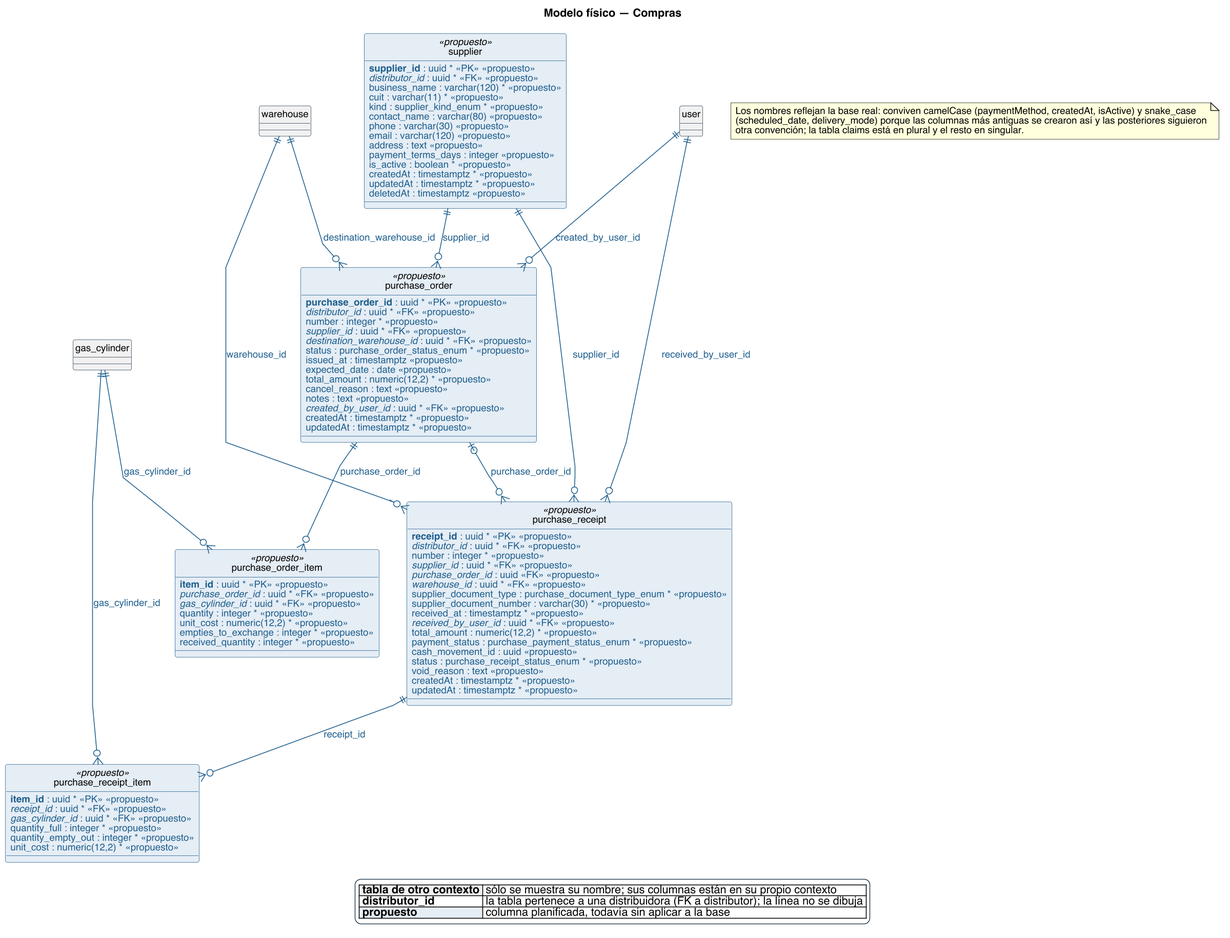
Nahuelito-Dev/splg-docs keeps this PlantUML diagram as diagramas/base-de-datos/fisico/SPLG-fisico-12-compras.png. Above is the earlier version. Its diagram source:
```plantuml
@startuml
title Modelo físico — Compras
skinparam backgroundColor #FFFFFF
skinparam shadowing false
skinparam defaultFontName Helvetica
skinparam defaultFontSize 12
skinparam dpi 150
skinparam class {
  BorderColor #2C4257
  BackgroundColor #FFFFFF
  ArrowColor #2C4257
  FontSize 12
}
skinparam entity<<ajena>> {
  BackgroundColor #F1F1F1
  BorderColor #8A97A3
  FontColor #55616C
}
skinparam class<<propuesto>> {
  BorderColor #1F5E8C
  BackgroundColor #E4EDF4
}
skinparam entity<<propuesto>> {
  BorderColor #1F5E8C
  BackgroundColor #E4EDF4
}
skinparam legendBackgroundColor #FFFFFF
skinparam legendBorderColor #2C4257

hide circle
skinparam linetype polyline

entity "supplier" as e_supplier <<propuesto>> {
  {field} <color:#1F5E8C>**supplier_id** : uuid * <<PK>> <<propuesto>></color>
  {field} <color:#1F5E8C>//distributor_id// : uuid * <<FK>> <<propuesto>></color>
  {field} <color:#1F5E8C>business_name : varchar(120) * <<propuesto>></color>
  {field} <color:#1F5E8C>cuit : varchar(11) * <<propuesto>></color>
  {field} <color:#1F5E8C>kind : supplier_kind_enum * <<propuesto>></color>
  {field} <color:#1F5E8C>contact_name : varchar(80) <<propuesto>></color>
  {field} <color:#1F5E8C>phone : varchar(30) <<propuesto>></color>
  {field} <color:#1F5E8C>email : varchar(120) <<propuesto>></color>
  {field} <color:#1F5E8C>address : text <<propuesto>></color>
  {field} <color:#1F5E8C>payment_terms_days : integer <<propuesto>></color>
  {field} <color:#1F5E8C>is_active : boolean * <<propuesto>></color>
  {field} <color:#1F5E8C>createdAt : timestamptz * <<propuesto>></color>
  {field} <color:#1F5E8C>updatedAt : timestamptz * <<propuesto>></color>
  {field} <color:#1F5E8C>deletedAt : timestamptz <<propuesto>></color>
}
entity "purchase_order" as e_purchase_order <<propuesto>> {
  {field} <color:#1F5E8C>**purchase_order_id** : uuid * <<PK>> <<propuesto>></color>
  {field} <color:#1F5E8C>//distributor_id// : uuid * <<FK>> <<propuesto>></color>
  {field} <color:#1F5E8C>number : integer * <<propuesto>></color>
  {field} <color:#1F5E8C>//supplier_id// : uuid * <<FK>> <<propuesto>></color>
  {field} <color:#1F5E8C>//destination_warehouse_id// : uuid * <<FK>> <<propuesto>></color>
  {field} <color:#1F5E8C>status : purchase_order_status_enum * <<propuesto>></color>
  {field} <color:#1F5E8C>issued_at : timestamptz <<propuesto>></color>
  {field} <color:#1F5E8C>expected_date : date <<propuesto>></color>
  {field} <color:#1F5E8C>total_amount : numeric(12,2) * <<propuesto>></color>
  {field} <color:#1F5E8C>cancel_reason : text <<propuesto>></color>
  {field} <color:#1F5E8C>notes : text <<propuesto>></color>
  {field} <color:#1F5E8C>//created_by_user_id// : uuid * <<FK>> <<propuesto>></color>
  {field} <color:#1F5E8C>createdAt : timestamptz * <<propuesto>></color>
  {field} <color:#1F5E8C>updatedAt : timestamptz * <<propuesto>></color>
}
entity "purchase_order_item" as e_purchase_order_item <<propuesto>> {
  {field} <color:#1F5E8C>**item_id** : uuid * <<PK>> <<propuesto>></color>
  {field} <color:#1F5E8C>//purchase_order_id// : uuid * <<FK>> <<propuesto>></color>
  {field} <color:#1F5E8C>//gas_cylinder_id// : uuid * <<FK>> <<propuesto>></color>
  {field} <color:#1F5E8C>quantity : integer * <<propuesto>></color>
  {field} <color:#1F5E8C>unit_cost : numeric(12,2) * <<propuesto>></color>
  {field} <color:#1F5E8C>empties_to_exchange : integer * <<propuesto>></color>
  {field} <color:#1F5E8C>received_quantity : integer * <<propuesto>></color>
}
entity "purchase_receipt" as e_purchase_receipt <<propuesto>> {
  {field} <color:#1F5E8C>**receipt_id** : uuid * <<PK>> <<propuesto>></color>
  {field} <color:#1F5E8C>//distributor_id// : uuid * <<FK>> <<propuesto>></color>
  {field} <color:#1F5E8C>number : integer * <<propuesto>></color>
  {field} <color:#1F5E8C>//supplier_id// : uuid * <<FK>> <<propuesto>></color>
  {field} <color:#1F5E8C>//purchase_order_id// : uuid <<FK>> <<propuesto>></color>
  {field} <color:#1F5E8C>//warehouse_id// : uuid * <<FK>> <<propuesto>></color>
  {field} <color:#1F5E8C>supplier_document_type : purchase_document_type_enum * <<propuesto>></color>
  {field} <color:#1F5E8C>supplier_document_number : varchar(30) * <<propuesto>></color>
  {field} <color:#1F5E8C>received_at : timestamptz * <<propuesto>></color>
  {field} <color:#1F5E8C>//received_by_user_id// : uuid * <<FK>> <<propuesto>></color>
  {field} <color:#1F5E8C>total_amount : numeric(12,2) * <<propuesto>></color>
  {field} <color:#1F5E8C>payment_status : purchase_payment_status_enum * <<propuesto>></color>
  {field} <color:#1F5E8C>cash_movement_id : uuid <<propuesto>></color>
  {field} <color:#1F5E8C>status : purchase_receipt_status_enum * <<propuesto>></color>
  {field} <color:#1F5E8C>void_reason : text <<propuesto>></color>
  {field} <color:#1F5E8C>createdAt : timestamptz * <<propuesto>></color>
  {field} <color:#1F5E8C>updatedAt : timestamptz * <<propuesto>></color>
}
entity "purchase_receipt_item" as e_purchase_receipt_item <<propuesto>> {
  {field} <color:#1F5E8C>**item_id** : uuid * <<PK>> <<propuesto>></color>
  {field} <color:#1F5E8C>//receipt_id// : uuid * <<FK>> <<propuesto>></color>
  {field} <color:#1F5E8C>//gas_cylinder_id// : uuid * <<FK>> <<propuesto>></color>
  {field} <color:#1F5E8C>quantity_full : integer * <<propuesto>></color>
  {field} <color:#1F5E8C>quantity_empty_out : integer * <<propuesto>></color>
  {field} <color:#1F5E8C>unit_cost : numeric(12,2) * <<propuesto>></color>
}
entity "warehouse" as e_warehouse #F1F1F1 {
}
entity "user" as e_user #F1F1F1 {
}
entity "gas_cylinder" as e_gas_cylinder #F1F1F1 {
}

e_supplier ||--o{ e_purchase_order #line:1F5E8C;text:1F5E8C : supplier_id
e_warehouse ||--o{ e_purchase_order #line:1F5E8C;text:1F5E8C : destination_warehouse_id
e_user ||--o{ e_purchase_order #line:1F5E8C;text:1F5E8C : created_by_user_id
e_purchase_order ||--o{ e_purchase_order_item #line:1F5E8C;text:1F5E8C : purchase_order_id
e_gas_cylinder ||--o{ e_purchase_order_item #line:1F5E8C;text:1F5E8C : gas_cylinder_id
e_supplier ||--o{ e_purchase_receipt #line:1F5E8C;text:1F5E8C : supplier_id
e_purchase_order |o--o{ e_purchase_receipt #line:1F5E8C;text:1F5E8C : purchase_order_id
e_warehouse ||--o{ e_purchase_receipt #line:1F5E8C;text:1F5E8C : warehouse_id
e_user ||--o{ e_purchase_receipt #line:1F5E8C;text:1F5E8C : received_by_user_id
e_purchase_receipt ||--o{ e_purchase_receipt_item #line:1F5E8C;text:1F5E8C : receipt_id
e_gas_cylinder ||--o{ e_purchase_receipt_item #line:1F5E8C;text:1F5E8C : gas_cylinder_id

legend bottom
|<#F1F1F1> **tabla de otro contexto** | sólo se muestra su nombre; sus columnas están en su propio contexto |
|<#FFFFFF> **distributor_id** | la tabla pertenece a una distribuidora (FK a distributor); la línea no se dibuja |
|<#E4EDF4> **propuesto** | columna planificada, todavía sin aplicar a la base |
endlegend
note as N
  Los nombres reflejan la base real: conviven camelCase (paymentMethod, createdAt, isActive) y snake_case
  (scheduled_date, delivery_mode) porque las columnas más antiguas se crearon así y las posteriores siguieron
  otra convención; la tabla claims está en plural y el resto en singular.
end note
@enduml
```
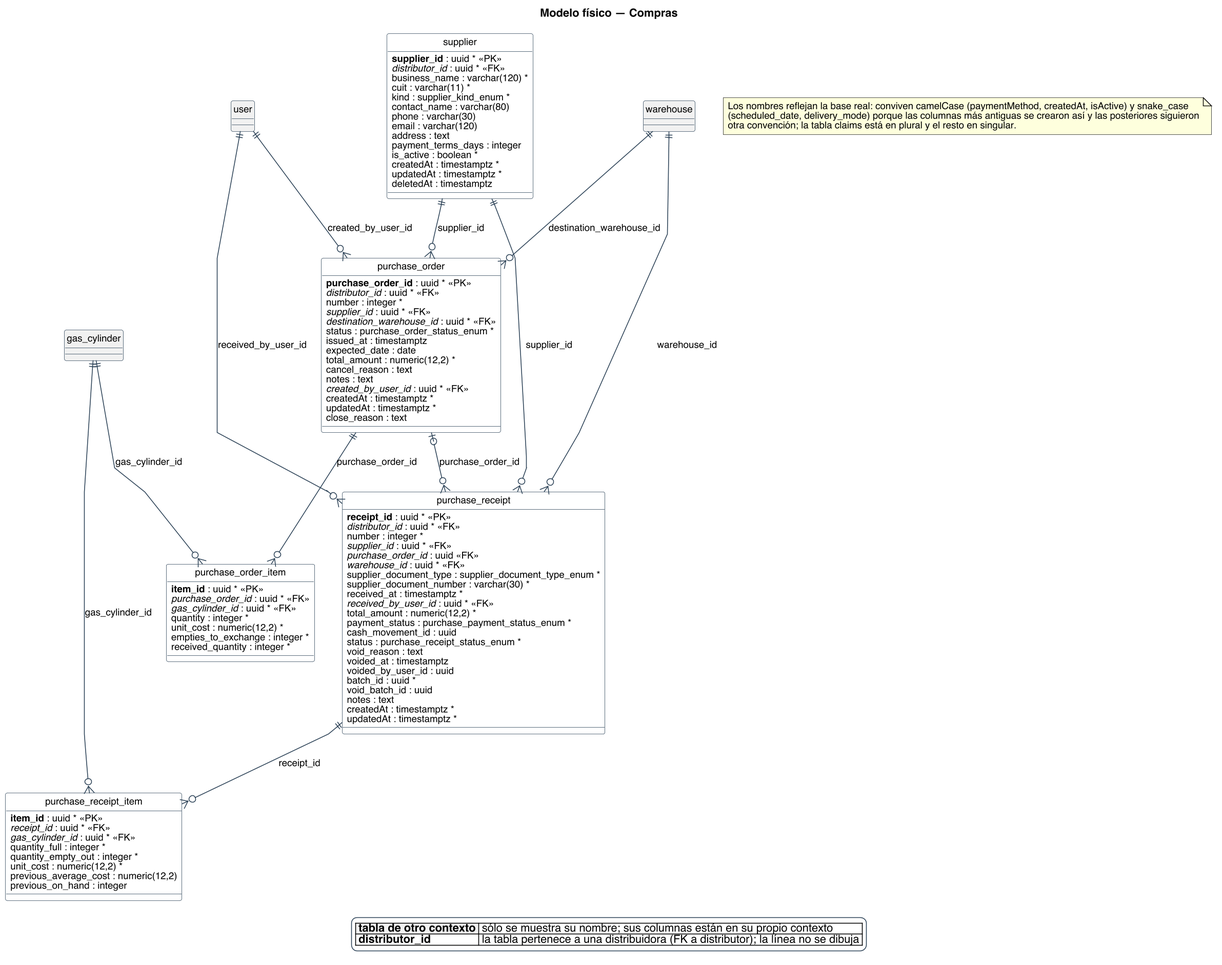
The same file after the commit.

The edit, as a diff of the source:
```diff
@@ -30,97 +30,104 @@
 hide circle
 skinparam linetype polyline
 
-entity "supplier" as e_supplier <<propuesto>> {
-  {field} <color:#1F5E8C>**supplier_id** : uuid * <<PK>> <<propuesto>></color>
-  {field} <color:#1F5E8C>//distributor_id// : uuid * <<FK>> <<propuesto>></color>
-  {field} <color:#1F5E8C>business_name : varchar(120) * <<propuesto>></color>
-  {field} <color:#1F5E8C>cuit : varchar(11) * <<propuesto>></color>
-  {field} <color:#1F5E8C>kind : supplier_kind_enum * <<propuesto>></color>
-  {field} <color:#1F5E8C>contact_name : varchar(80) <<propuesto>></color>
-  {field} <color:#1F5E8C>phone : varchar(30) <<propuesto>></color>
-  {field} <color:#1F5E8C>email : varchar(120) <<propuesto>></color>
-  {field} <color:#1F5E8C>address : text <<propuesto>></color>
-  {field} <color:#1F5E8C>payment_terms_days : integer <<propuesto>></color>
-  {field} <color:#1F5E8C>is_active : boolean * <<propuesto>></color>
-  {field} <color:#1F5E8C>createdAt : timestamptz * <<propuesto>></color>
-  {field} <color:#1F5E8C>updatedAt : timestamptz * <<propuesto>></color>
-  {field} <color:#1F5E8C>deletedAt : timestamptz <<propuesto>></color>
+entity "supplier" as e_supplier {
+  {field} **supplier_id** : uuid * <<PK>>
+  {field} //distributor_id// : uuid * <<FK>>
+  {field} business_name : varchar(120) *
+  {field} cuit : varchar(11) *
+  {field} kind : supplier_kind_enum *
+  {field} contact_name : varchar(80)
+  {field} phone : varchar(30)
+  {field} email : varchar(120)
+  {field} address : text
+  {field} payment_terms_days : integer
+  {field} is_active : boolean *
+  {field} createdAt : timestamptz *
+  {field} updatedAt : timestamptz *
+  {field} deletedAt : timestamptz
 }
-entity "purchase_order" as e_purchase_order <<propuesto>> {
-  {field} <color:#1F5E8C>**purchase_order_id** : uuid * <<PK>> <<propuesto>></color>
-  {field} <color:#1F5E8C>//distributor_id// : uuid * <<FK>> <<propuesto>></color>
-  {field} <color:#1F5E8C>number : integer * <<propuesto>></color>
-  {field} <color:#1F5E8C>//supplier_id// : uuid * <<FK>> <<propuesto>></color>
-  {field} <color:#1F5E8C>//destination_warehouse_id// : uuid * <<FK>> <<propuesto>></color>
-  {field} <color:#1F5E8C>status : purchase_order_status_enum * <<propuesto>></color>
-  {field} <color:#1F5E8C>issued_at : timestamptz <<propuesto>></color>
-  {field} <color:#1F5E8C>expected_date : date <<propuesto>></color>
-  {field} <color:#1F5E8C>total_amount : numeric(12,2) * <<propuesto>></color>
-  {field} <color:#1F5E8C>cancel_reason : text <<propuesto>></color>
-  {field} <color:#1F5E8C>notes : text <<propuesto>></color>
-  {field} <color:#1F5E8C>//created_by_user_id// : uuid * <<FK>> <<propuesto>></color>
-  {field} <color:#1F5E8C>createdAt : timestamptz * <<propuesto>></color>
-  {field} <color:#1F5E8C>updatedAt : timestamptz * <<propuesto>></color>
+entity "purchase_order" as e_purchase_order {
+  {field} **purchase_order_id** : uuid * <<PK>>
+  {field} //distributor_id// : uuid * <<FK>>
+  {field} number : integer *
+  {field} //supplier_id// : uuid * <<FK>>
+  {field} //destination_warehouse_id// : uuid * <<FK>>
+  {field} status : purchase_order_status_enum *
+  {field} issued_at : timestamptz
+  {field} expected_date : date
+  {field} total_amount : numeric(12,2) *
+  {field} cancel_reason : text
+  {field} notes : text
+  {field} //created_by_user_id// : uuid * <<FK>>
+  {field} createdAt : timestamptz *
+  {field} updatedAt : timestamptz *
+  {field} close_reason : text
 }
-entity "purchase_order_item" as e_purchase_order_item <<propuesto>> {
-  {field} <color:#1F5E8C>**item_id** : uuid * <<PK>> <<propuesto>></color>
-  {field} <color:#1F5E8C>//purchase_order_id// : uuid * <<FK>> <<propuesto>></color>
-  {field} <color:#1F5E8C>//gas_cylinder_id// : uuid * <<FK>> <<propuesto>></color>
-  {field} <color:#1F5E8C>quantity : integer * <<propuesto>></color>
-  {field} <color:#1F5E8C>unit_cost : numeric(12,2) * <<propuesto>></color>
-  {field} <color:#1F5E8C>empties_to_exchange : integer * <<propuesto>></color>
-  {field} <color:#1F5E8C>received_quantity : integer * <<propuesto>></color>
+entity "purchase_order_item" as e_purchase_order_item {
+  {field} **item_id** : uuid * <<PK>>
+  {field} //purchase_order_id// : uuid * <<FK>>
+  {field} //gas_cylinder_id// : uuid * <<FK>>
+  {field} quantity : integer *
+  {field} unit_cost : numeric(12,2) *
+  {field} empties_to_exchange : integer *
+  {field} received_quantity : integer *
 }
-entity "purchase_receipt" as e_purchase_receipt <<propuesto>> {
-  {field} <color:#1F5E8C>**receipt_id** : uuid * <<PK>> <<propuesto>></color>
-  {field} <color:#1F5E8C>//distributor_id// : uuid * <<FK>> <<propuesto>></color>
-  {field} <color:#1F5E8C>number : integer * <<propuesto>></color>
-  {field} <color:#1F5E8C>//supplier_id// : uuid * <<FK>> <<propuesto>></color>
-  {field} <color:#1F5E8C>//purchase_order_id// : uuid <<FK>> <<propuesto>></color>
-  {field} <color:#1F5E8C>//warehouse_id// : uuid * <<FK>> <<propuesto>></color>
-  {field} <color:#1F5E8C>supplier_document_type : purchase_document_type_enum * <<propuesto>></color>
-  {field} <color:#1F5E8C>supplier_document_number : varchar(30) * <<propuesto>></color>
-  {field} <color:#1F5E8C>received_at : timestamptz * <<propuesto>></color>
-  {field} <color:#1F5E8C>//received_by_user_id// : uuid * <<FK>> <<propuesto>></color>
-  {field} <color:#1F5E8C>total_amount : numeric(12,2) * <<propuesto>></color>
-  {field} <color:#1F5E8C>payment_status : purchase_payment_status_enum * <<propuesto>></color>
-  {field} <color:#1F5E8C>cash_movement_id : uuid <<propuesto>></color>
-  {field} <color:#1F5E8C>status : purchase_receipt_status_enum * <<propuesto>></color>
-  {field} <color:#1F5E8C>void_reason : text <<propuesto>></color>
-  {field} <color:#1F5E8C>createdAt : timestamptz * <<propuesto>></color>
-  {field} <color:#1F5E8C>updatedAt : timestamptz * <<propuesto>></color>
+entity "purchase_receipt" as e_purchase_receipt {
+  {field} **receipt_id** : uuid * <<PK>>
+  {field} //distributor_id// : uuid * <<FK>>
+  {field} number : integer *
+  {field} //supplier_id// : uuid * <<FK>>
+  {field} //purchase_order_id// : uuid <<FK>>
+  {field} //warehouse_id// : uuid * <<FK>>
+  {field} supplier_document_type : supplier_document_type_enum *
+  {field} supplier_document_number : varchar(30) *
+  {field} received_at : timestamptz *
+  {field} //received_by_user_id// : uuid * <<FK>>
+  {field} total_amount : numeric(12,2) *
+  {field} payment_status : purchase_payment_status_enum *
+  {field} cash_movement_id : uuid
+  {field} status : purchase_receipt_status_enum *
+  {field} void_reason : text
+  {field} voided_at : timestamptz
+  {field} voided_by_user_id : uuid
+  {field} batch_id : uuid *
+  {field} void_batch_id : uuid
+  {field} notes : text
+  {field} createdAt : timestamptz *
+  {field} updatedAt : timestamptz *
 }
-entity "purchase_receipt_item" as e_purchase_receipt_item <<propuesto>> {
-  {field} <color:#1F5E8C>**item_id** : uuid * <<PK>> <<propuesto>></color>
-  {field} <color:#1F5E8C>//receipt_id// : uuid * <<FK>> <<propuesto>></color>
-  {field} <color:#1F5E8C>//gas_cylinder_id// : uuid * <<FK>> <<propuesto>></color>
-  {field} <color:#1F5E8C>quantity_full : integer * <<propuesto>></color>
-  {field} <color:#1F5E8C>quantity_empty_out : integer * <<propuesto>></color>
-  {field} <color:#1F5E8C>unit_cost : numeric(12,2) * <<propuesto>></color>
+entity "purchase_receipt_item" as e_purchase_receipt_item {
+  {field} **item_id** : uuid * <<PK>>
+  {field} //receipt_id// : uuid * <<FK>>
+  {field} //gas_cylinder_id// : uuid * <<FK>>
+  {field} quantity_full : integer *
+  {field} quantity_empty_out : integer *
+  {field} unit_cost : numeric(12,2) *
+  {field} previous_average_cost : numeric(12,2)
+  {field} previous_on_hand : integer
+}
+entity "user" as e_user #F1F1F1 {
 }
 entity "warehouse" as e_warehouse #F1F1F1 {
-}
-entity "user" as e_user #F1F1F1 {
 }
 entity "gas_cylinder" as e_gas_cylinder #F1F1F1 {
 }
 
-e_supplier ||--o{ e_purchase_order #line:1F5E8C;text:1F5E8C : supplier_id
-e_warehouse ||--o{ e_purchase_order #line:1F5E8C;text:1F5E8C : destination_warehouse_id
-e_user ||--o{ e_purchase_order #line:1F5E8C;text:1F5E8C : created_by_user_id
-e_purchase_order ||--o{ e_purchase_order_item #line:1F5E8C;text:1F5E8C : purchase_order_id
-e_gas_cylinder ||--o{ e_purchase_order_item #line:1F5E8C;text:1F5E8C : gas_cylinder_id
-e_supplier ||--o{ e_purchase_receipt #line:1F5E8C;text:1F5E8C : supplier_id
-e_purchase_order |o--o{ e_purchase_receipt #line:1F5E8C;text:1F5E8C : purchase_order_id
-e_warehouse ||--o{ e_purchase_receipt #line:1F5E8C;text:1F5E8C : warehouse_id
-e_user ||--o{ e_purchase_receipt #line:1F5E8C;text:1F5E8C : received_by_user_id
-e_purchase_receipt ||--o{ e_purchase_receipt_item #line:1F5E8C;text:1F5E8C : receipt_id
-e_gas_cylinder ||--o{ e_purchase_receipt_item #line:1F5E8C;text:1F5E8C : gas_cylinder_id
+e_user ||--o{ e_purchase_order : created_by_user_id
+e_warehouse ||--o{ e_purchase_order : destination_warehouse_id
+e_supplier ||--o{ e_purchase_order : supplier_id
+e_gas_cylinder ||--o{ e_purchase_order_item : gas_cylinder_id
+e_purchase_order ||--o{ e_purchase_order_item : purchase_order_id
+e_purchase_order |o--o{ e_purchase_receipt : purchase_order_id
+e_user ||--o{ e_purchase_receipt : received_by_user_id
+e_supplier ||--o{ e_purchase_receipt : supplier_id
+e_warehouse ||--o{ e_purchase_receipt : warehouse_id
+e_gas_cylinder ||--o{ e_purchase_receipt_item : gas_cylinder_id
+e_purchase_receipt ||--o{ e_purchase_receipt_item : receipt_id
 
 legend bottom
 |<#F1F1F1> **tabla de otro contexto** | sólo se muestra su nombre; sus columnas están en su propio contexto |
 |<#FFFFFF> **distributor_id** | la tabla pertenece a una distribuidora (FK a distributor); la línea no se dibuja |
-|<#E4EDF4> **propuesto** | columna planificada, todavía sin aplicar a la base |
 endlegend
 note as N
   Los nombres reflejan la base real: conviven camelCase (paymentMethod, createdAt, isActive) y snake_case
```
